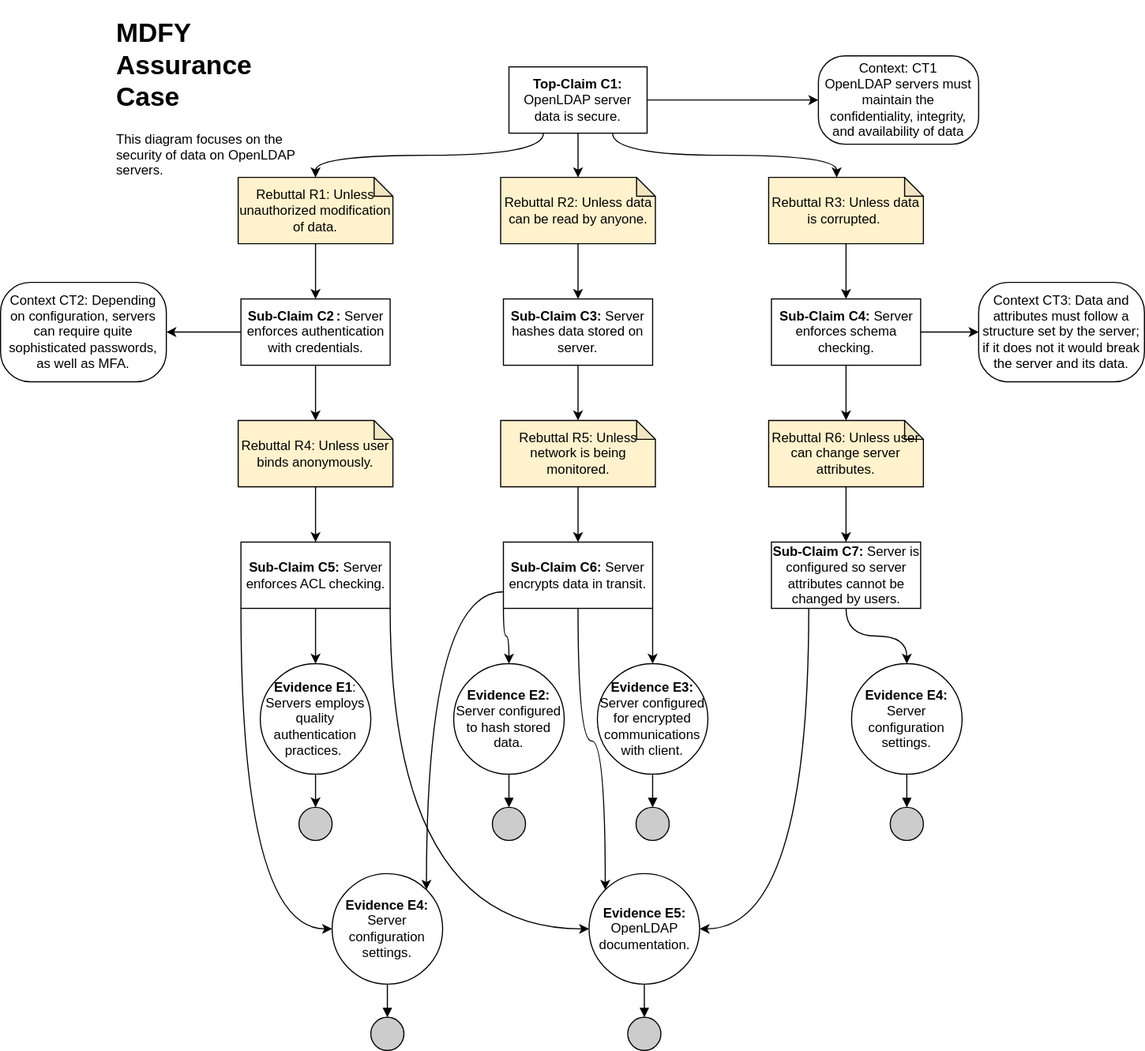
This is images/MDFY_Assurance_Case.drawio.svg from bartelsjoshuac/SAPG, a draw.io export, as it was before one commit. Source tidied: cells renumbered, new cells last; positions are measured from the earlier drawing's top-left corner, leaving out a move shared by most shapes. The source it was exported from:
```xml
<mxGraphModel>
  <root>
    <mxCell id="0" />
    <mxCell id="1" parent="0" />
    <mxCell id="2" value="&lt;h1&gt;MDFY Assurance Case&lt;/h1&gt;&lt;p&gt;This diagram focuses on the security of data on OpenLDAP servers.&lt;/p&gt;" style="text;html=1;strokeColor=none;fillColor=none;spacing=5;spacingTop=-20;whiteSpace=wrap;overflow=hidden;rounded=0;" parent="1" vertex="1">
      <mxGeometry x="100" width="190" height="150" as="geometry" />
    </mxCell>
    <mxCell id="3" style="edgeStyle=orthogonalEdgeStyle;rounded=0;jettySize=auto;html=1;exitX=1;exitY=0.5;exitDx=0;exitDy=0;entryX=0;entryY=0.5;entryDx=0;entryDy=0;" parent="1" edge="1" source="5" target="6">
      <mxGeometry relative="1" as="geometry" />
    </mxCell>
    <mxCell id="4" style="edgeStyle=orthogonalEdgeStyle;rounded=0;jettySize=auto;html=1;exitX=0.25;exitY=1;exitDx=0;exitDy=0;elbow=vertical;curved=1;" parent="1" edge="1" source="5" target="16">
      <mxGeometry relative="1" as="geometry" />
    </mxCell>
    <mxCell id="5" value="&lt;b&gt;Top-Claim C1:&lt;br&gt;&lt;/b&gt;OpenLDAP server data is secure." style="rounded=0;whiteSpace=wrap;html=1;" parent="1" vertex="1">
      <mxGeometry x="460" y="50" width="125" height="60" as="geometry" />
    </mxCell>
    <mxCell id="6" value="Context: CT1&lt;br&gt;OpenLDAP servers must maintain the confidentiality, integrity, and availability of data&lt;br&gt;" style="rounded=1;whiteSpace=wrap;html=1;arcSize=30;" parent="1" vertex="1">
      <mxGeometry x="740" y="40" width="145" height="80" as="geometry" />
    </mxCell>
    <mxCell id="7" style="edgeStyle=orthogonalEdgeStyle;rounded=0;jettySize=auto;html=1;exitX=0.5;exitY=1;exitDx=0;exitDy=0;entryX=0.5;entryY=0;entryDx=0;entryDy=0;" parent="1" edge="1" source="8" target="11">
      <mxGeometry relative="1" as="geometry" />
    </mxCell>
    <mxCell id="8" value="&lt;b&gt;Evidence E1&lt;/b&gt;:&lt;br&gt;Servers employs quality authentication practices.&amp;nbsp;" style="ellipse;whiteSpace=wrap;html=1;fillColor=#ffffff;rounded=0;" parent="1" vertex="1">
      <mxGeometry x="235" y="590" width="100" height="100" as="geometry" />
    </mxCell>
    <mxCell id="9" style="edgeStyle=orthogonalEdgeStyle;curved=1;rounded=0;jettySize=auto;html=1;entryX=0.5;entryY=0;entryDx=0;entryDy=0;endArrow=block;endFill=1;" parent="1" edge="1" source="10" target="12">
      <mxGeometry relative="1" as="geometry" />
    </mxCell>
    <mxCell id="10" value="&lt;b&gt;Evidence E5:&lt;/b&gt;&lt;br&gt;OpenLDAP documentation." style="ellipse;whiteSpace=wrap;html=1;fillColor=#ffffff;rounded=0;" parent="1" vertex="1">
      <mxGeometry x="532.5" y="780" width="100" height="100" as="geometry" />
    </mxCell>
    <mxCell id="11" style="ellipse;whiteSpace=wrap;html=1;fillColor=#CCCCCC;" parent="1" vertex="1">
      <mxGeometry x="270" y="720" width="30" height="30" as="geometry" />
    </mxCell>
    <mxCell id="12" style="ellipse;whiteSpace=wrap;html=1;fillColor=#CCCCCC;" parent="1" vertex="1">
      <mxGeometry x="567.5" y="910" width="30" height="30" as="geometry" />
    </mxCell>
    <mxCell id="13" style="edgeStyle=orthogonalEdgeStyle;rounded=0;jettySize=auto;html=1;exitX=0;exitY=0.5;exitDx=0;exitDy=0;" parent="1" edge="1" source="14" target="59">
      <mxGeometry relative="1" as="geometry" />
    </mxCell>
    <mxCell id="14" value="&lt;b&gt;Sub-Claim C2&lt;span style=&quot;white-space: pre;&quot;&gt;&#9;&lt;/span&gt;: &lt;/b&gt;Server enforces authentication with credentials." style="rounded=0;whiteSpace=wrap;html=1;" parent="1" vertex="1">
      <mxGeometry x="217.5" y="260" width="135" height="60" as="geometry" />
    </mxCell>
    <mxCell id="15" style="edgeStyle=orthogonalEdgeStyle;rounded=0;jettySize=auto;html=1;exitX=0.5;exitY=1;exitDx=0;exitDy=0;exitPerimeter=0;entryX=0.5;entryY=0;entryDx=0;entryDy=0;" parent="1" edge="1" source="16" target="14">
      <mxGeometry relative="1" as="geometry" />
    </mxCell>
    <mxCell id="16" value="Rebuttal R1: Unless unauthorized modification of data." style="shape=note;whiteSpace=wrap;html=1;backgroundOutline=1;darkOpacity=0.05;size=17;fillColor=#FFF2CC;" parent="1" vertex="1">
      <mxGeometry x="215" y="150" width="140" height="60" as="geometry" />
    </mxCell>
    <mxCell id="17" style="edgeStyle=orthogonalEdgeStyle;rounded=0;jettySize=auto;html=1;exitX=0.5;exitY=1;exitDx=0;exitDy=0;exitPerimeter=0;entryX=0.5;entryY=0;entryDx=0;entryDy=0;" parent="1" edge="1" source="18" target="24">
      <mxGeometry relative="1" as="geometry" />
    </mxCell>
    <mxCell id="18" value="Rebuttal R3: Unless data is corrupted.&amp;nbsp;" style="shape=note;whiteSpace=wrap;html=1;backgroundOutline=1;darkOpacity=0.05;size=17;fillColor=#FFF2CC;" parent="1" vertex="1">
      <mxGeometry x="695" y="150" width="140" height="60" as="geometry" />
    </mxCell>
    <mxCell id="19" style="edgeStyle=orthogonalEdgeStyle;rounded=0;jettySize=auto;html=1;exitX=0.5;exitY=1;exitDx=0;exitDy=0;exitPerimeter=0;entryX=0.5;entryY=0;entryDx=0;entryDy=0;" parent="1" edge="1" source="20" target="27">
      <mxGeometry relative="1" as="geometry" />
    </mxCell>
    <mxCell id="20" value="Rebuttal R2: Unless data can be read by anyone." style="shape=note;whiteSpace=wrap;html=1;backgroundOutline=1;darkOpacity=0.05;size=17;fillColor=#FFF2CC;" parent="1" vertex="1">
      <mxGeometry x="452.5" y="150" width="140" height="60" as="geometry" />
    </mxCell>
    <mxCell id="21" style="edgeStyle=orthogonalEdgeStyle;rounded=0;jettySize=auto;html=1;exitX=0.5;exitY=1;exitDx=0;exitDy=0;exitPerimeter=0;entryX=0.5;entryY=0;entryDx=0;entryDy=0;" parent="1" edge="1" source="22" target="32">
      <mxGeometry relative="1" as="geometry" />
    </mxCell>
    <mxCell id="22" value="Rebuttal R5: Unless network is being monitored." style="shape=note;whiteSpace=wrap;html=1;backgroundOutline=1;darkOpacity=0.05;size=17;fillColor=#FFF2CC;" parent="1" vertex="1">
      <mxGeometry x="452.5" y="370" width="140" height="60" as="geometry" />
    </mxCell>
    <mxCell id="23" style="edgeStyle=orthogonalEdgeStyle;rounded=0;jettySize=auto;html=1;exitX=1;exitY=0.5;exitDx=0;exitDy=0;entryX=0;entryY=0.5;entryDx=0;entryDy=0;" parent="1" edge="1" source="24" target="60">
      <mxGeometry relative="1" as="geometry" />
    </mxCell>
    <mxCell id="24" value="&lt;b&gt;Sub-Claim C4: &lt;/b&gt;Server enforces schema checking." style="rounded=0;whiteSpace=wrap;html=1;" parent="1" vertex="1">
      <mxGeometry x="697.5" y="260" width="135" height="60" as="geometry" />
    </mxCell>
    <mxCell id="25" style="edgeStyle=orthogonalEdgeStyle;rounded=0;jettySize=auto;html=1;exitX=0.5;exitY=1;exitDx=0;exitDy=0;exitPerimeter=0;entryX=0.5;entryY=0;entryDx=0;entryDy=0;" parent="1" edge="1" source="26" target="36">
      <mxGeometry relative="1" as="geometry" />
    </mxCell>
    <mxCell id="26" value="Rebuttal R4: Unless user binds anonymously." style="shape=note;whiteSpace=wrap;html=1;backgroundOutline=1;darkOpacity=0.05;size=17;fillColor=#FFF2CC;" parent="1" vertex="1">
      <mxGeometry x="215" y="370" width="140" height="60" as="geometry" />
    </mxCell>
    <mxCell id="27" value="&lt;b&gt;Sub-Claim C3: &lt;/b&gt;Server hashes data stored on server." style="rounded=0;whiteSpace=wrap;html=1;" parent="1" vertex="1">
      <mxGeometry x="455" y="260" width="135" height="60" as="geometry" />
    </mxCell>
    <mxCell id="28" style="edgeStyle=orthogonalEdgeStyle;rounded=0;jettySize=auto;html=1;exitX=0;exitY=1;exitDx=0;exitDy=0;entryX=0.5;entryY=0;entryDx=0;entryDy=0;curved=1;" parent="1" edge="1" source="32" target="45">
      <mxGeometry relative="1" as="geometry" />
    </mxCell>
    <mxCell id="29" style="edgeStyle=orthogonalEdgeStyle;rounded=0;jettySize=auto;html=1;exitX=1;exitY=1;exitDx=0;exitDy=0;entryX=0.5;entryY=0;entryDx=0;entryDy=0;" parent="1" edge="1" source="32" target="48">
      <mxGeometry relative="1" as="geometry" />
    </mxCell>
    <mxCell id="30" style="edgeStyle=orthogonalEdgeStyle;rounded=0;jettySize=auto;html=1;exitX=0.5;exitY=1;exitDx=0;exitDy=0;entryX=0;entryY=0;entryDx=0;entryDy=0;curved=1;" parent="1" edge="1" source="32" target="10">
      <mxGeometry relative="1" as="geometry" />
    </mxCell>
    <mxCell id="31" style="edgeStyle=orthogonalEdgeStyle;rounded=0;jettySize=auto;html=1;exitX=0;exitY=0.75;exitDx=0;exitDy=0;entryX=1;entryY=0;entryDx=0;entryDy=0;curved=1;" parent="1" edge="1" source="32" target="57">
      <mxGeometry relative="1" as="geometry" />
    </mxCell>
    <mxCell id="32" value="&lt;b&gt;Sub-Claim C6: &lt;/b&gt;Server encrypts data in transit." style="rounded=0;whiteSpace=wrap;html=1;" parent="1" vertex="1">
      <mxGeometry x="455" y="480" width="135" height="60" as="geometry" />
    </mxCell>
    <mxCell id="33" style="edgeStyle=orthogonalEdgeStyle;rounded=0;jettySize=auto;html=1;exitX=0.5;exitY=1;exitDx=0;exitDy=0;entryX=0.5;entryY=0;entryDx=0;entryDy=0;" parent="1" edge="1" source="36" target="8">
      <mxGeometry relative="1" as="geometry" />
    </mxCell>
    <mxCell id="34" style="edgeStyle=orthogonalEdgeStyle;rounded=0;jettySize=auto;html=1;exitX=1;exitY=1;exitDx=0;exitDy=0;entryX=0;entryY=0.5;entryDx=0;entryDy=0;curved=1;" parent="1" edge="1" source="36" target="10">
      <mxGeometry relative="1" as="geometry" />
    </mxCell>
    <mxCell id="35" style="edgeStyle=orthogonalEdgeStyle;rounded=0;jettySize=auto;html=1;exitX=0;exitY=1;exitDx=0;exitDy=0;entryX=0;entryY=0.5;entryDx=0;entryDy=0;curved=1;" parent="1" edge="1" source="36" target="57">
      <mxGeometry relative="1" as="geometry" />
    </mxCell>
    <mxCell id="36" value="&lt;b&gt;Sub-Claim C5: &lt;/b&gt;Server enforces ACL checking." style="rounded=0;whiteSpace=wrap;html=1;" parent="1" vertex="1">
      <mxGeometry x="217.5" y="480" width="135" height="60" as="geometry" />
    </mxCell>
    <mxCell id="37" style="edgeStyle=orthogonalEdgeStyle;rounded=0;jettySize=auto;html=1;exitX=0.5;exitY=1;exitDx=0;exitDy=0;entryX=0.5;entryY=0;entryDx=0;entryDy=0;entryPerimeter=0;curved=1;" parent="1" edge="1" source="5" target="20">
      <mxGeometry relative="1" as="geometry" />
    </mxCell>
    <mxCell id="38" style="edgeStyle=orthogonalEdgeStyle;rounded=0;jettySize=auto;html=1;exitX=0.5;exitY=1;exitDx=0;exitDy=0;entryX=0.5;entryY=0;entryDx=0;entryDy=0;entryPerimeter=0;" parent="1" edge="1" source="14" target="26">
      <mxGeometry relative="1" as="geometry" />
    </mxCell>
    <mxCell id="39" style="edgeStyle=orthogonalEdgeStyle;rounded=0;jettySize=auto;html=1;exitX=0.5;exitY=1;exitDx=0;exitDy=0;entryX=0.5;entryY=0;entryDx=0;entryDy=0;entryPerimeter=0;" parent="1" edge="1" source="27" target="22">
      <mxGeometry relative="1" as="geometry" />
    </mxCell>
    <mxCell id="40" style="edgeStyle=orthogonalEdgeStyle;rounded=0;jettySize=auto;html=1;exitX=0.75;exitY=1;exitDx=0;exitDy=0;entryX=0;entryY=0;entryDx=61.5;entryDy=0;entryPerimeter=0;curved=1;" parent="1" edge="1" source="5" target="18">
      <mxGeometry relative="1" as="geometry" />
    </mxCell>
    <mxCell id="41" style="edgeStyle=orthogonalEdgeStyle;curved=1;rounded=0;jettySize=auto;html=1;entryX=0.5;entryY=0;entryDx=0;entryDy=0;endArrow=block;endFill=1;" parent="1" edge="1" source="42" target="43">
      <mxGeometry relative="1" as="geometry" />
    </mxCell>
    <mxCell id="42" value="&lt;b&gt;Evidence E4: &lt;/b&gt;Server configuration settings." style="ellipse;whiteSpace=wrap;html=1;fillColor=#ffffff;rounded=0;" parent="1" vertex="1">
      <mxGeometry x="770" y="590" width="100" height="100" as="geometry" />
    </mxCell>
    <mxCell id="43" style="ellipse;whiteSpace=wrap;html=1;fillColor=#CCCCCC;" parent="1" vertex="1">
      <mxGeometry x="805" y="720" width="30" height="30" as="geometry" />
    </mxCell>
    <mxCell id="44" style="edgeStyle=orthogonalEdgeStyle;curved=1;rounded=0;jettySize=auto;html=1;entryX=0.5;entryY=0;entryDx=0;entryDy=0;endArrow=block;endFill=1;" parent="1" edge="1" source="45" target="46">
      <mxGeometry relative="1" as="geometry" />
    </mxCell>
    <mxCell id="45" value="&lt;b&gt;Evidence E2:&lt;/b&gt;&lt;br&gt;Server configured to hash stored data." style="ellipse;whiteSpace=wrap;html=1;fillColor=#ffffff;rounded=0;" parent="1" vertex="1">
      <mxGeometry x="410" y="590" width="100" height="100" as="geometry" />
    </mxCell>
    <mxCell id="46" style="ellipse;whiteSpace=wrap;html=1;fillColor=#CCCCCC;" parent="1" vertex="1">
      <mxGeometry x="445" y="720" width="30" height="30" as="geometry" />
    </mxCell>
    <mxCell id="47" style="edgeStyle=orthogonalEdgeStyle;curved=1;rounded=0;jettySize=auto;html=1;entryX=0.5;entryY=0;entryDx=0;entryDy=0;endArrow=block;endFill=1;" parent="1" edge="1" source="48" target="49">
      <mxGeometry relative="1" as="geometry" />
    </mxCell>
    <mxCell id="48" value="&lt;b&gt;Evidence E3:&lt;/b&gt;&lt;br&gt;Server configured for encrypted communications with client." style="ellipse;whiteSpace=wrap;html=1;fillColor=#ffffff;rounded=0;" parent="1" vertex="1">
      <mxGeometry x="540" y="590" width="100" height="100" as="geometry" />
    </mxCell>
    <mxCell id="49" style="ellipse;whiteSpace=wrap;html=1;fillColor=#CCCCCC;" parent="1" vertex="1">
      <mxGeometry x="575" y="720" width="30" height="30" as="geometry" />
    </mxCell>
    <mxCell id="50" style="edgeStyle=orthogonalEdgeStyle;rounded=0;jettySize=auto;html=1;exitX=0.5;exitY=1;exitDx=0;exitDy=0;exitPerimeter=0;entryX=0.5;entryY=0;entryDx=0;entryDy=0;" parent="1" edge="1" source="51" target="55">
      <mxGeometry relative="1" as="geometry" />
    </mxCell>
    <mxCell id="51" value="Rebuttal R6: Unless user can change server attributes." style="shape=note;whiteSpace=wrap;html=1;backgroundOutline=1;darkOpacity=0.05;size=17;fillColor=#FFF2CC;" parent="1" vertex="1">
      <mxGeometry x="695" y="370" width="140" height="60" as="geometry" />
    </mxCell>
    <mxCell id="52" style="edgeStyle=orthogonalEdgeStyle;rounded=0;jettySize=auto;html=1;exitX=0.5;exitY=1;exitDx=0;exitDy=0;entryX=0.5;entryY=0;entryDx=0;entryDy=0;entryPerimeter=0;" parent="1" edge="1" source="24" target="51">
      <mxGeometry relative="1" as="geometry" />
    </mxCell>
    <mxCell id="53" style="edgeStyle=orthogonalEdgeStyle;rounded=0;jettySize=auto;html=1;exitX=0.5;exitY=1;exitDx=0;exitDy=0;entryX=0.5;entryY=0;entryDx=0;entryDy=0;curved=1;" parent="1" edge="1" source="55" target="42">
      <mxGeometry relative="1" as="geometry" />
    </mxCell>
    <mxCell id="54" style="edgeStyle=orthogonalEdgeStyle;rounded=0;jettySize=auto;html=1;exitX=0.25;exitY=1;exitDx=0;exitDy=0;entryX=1;entryY=0.5;entryDx=0;entryDy=0;curved=1;" parent="1" edge="1" source="55" target="10">
      <mxGeometry relative="1" as="geometry" />
    </mxCell>
    <mxCell id="55" value="&lt;b&gt;Sub-Claim C7: &lt;/b&gt;Server is configured so server attributes cannot be changed by users." style="rounded=0;whiteSpace=wrap;html=1;" parent="1" vertex="1">
      <mxGeometry x="697.5" y="480" width="135" height="60" as="geometry" />
    </mxCell>
    <mxCell id="56" style="edgeStyle=orthogonalEdgeStyle;curved=1;rounded=0;jettySize=auto;html=1;entryX=0.5;entryY=0;entryDx=0;entryDy=0;endArrow=block;endFill=1;" parent="1" edge="1" source="57" target="58">
      <mxGeometry relative="1" as="geometry" />
    </mxCell>
    <mxCell id="57" value="&lt;b&gt;Evidence E4: &lt;/b&gt;Server configuration settings." style="ellipse;whiteSpace=wrap;html=1;fillColor=#ffffff;rounded=0;" parent="1" vertex="1">
      <mxGeometry x="300" y="780" width="100" height="100" as="geometry" />
    </mxCell>
    <mxCell id="58" style="ellipse;whiteSpace=wrap;html=1;fillColor=#CCCCCC;" parent="1" vertex="1">
      <mxGeometry x="335" y="910" width="30" height="30" as="geometry" />
    </mxCell>
    <mxCell id="59" value="Context CT2: Depending on configuration, servers can require quite sophisticated passwords, as well as MFA." style="rounded=1;whiteSpace=wrap;html=1;arcSize=30;" parent="1" vertex="1">
      <mxGeometry y="245" width="150" height="90" as="geometry" />
    </mxCell>
    <mxCell id="60" value="Context CT3: Data and attributes must follow a structure set by the server; if it does not it would break the server and its data." style="rounded=1;whiteSpace=wrap;html=1;arcSize=30;" parent="1" vertex="1">
      <mxGeometry x="885" y="245" width="150" height="90" as="geometry" />
    </mxCell>
  </root>
</mxGraphModel>
```
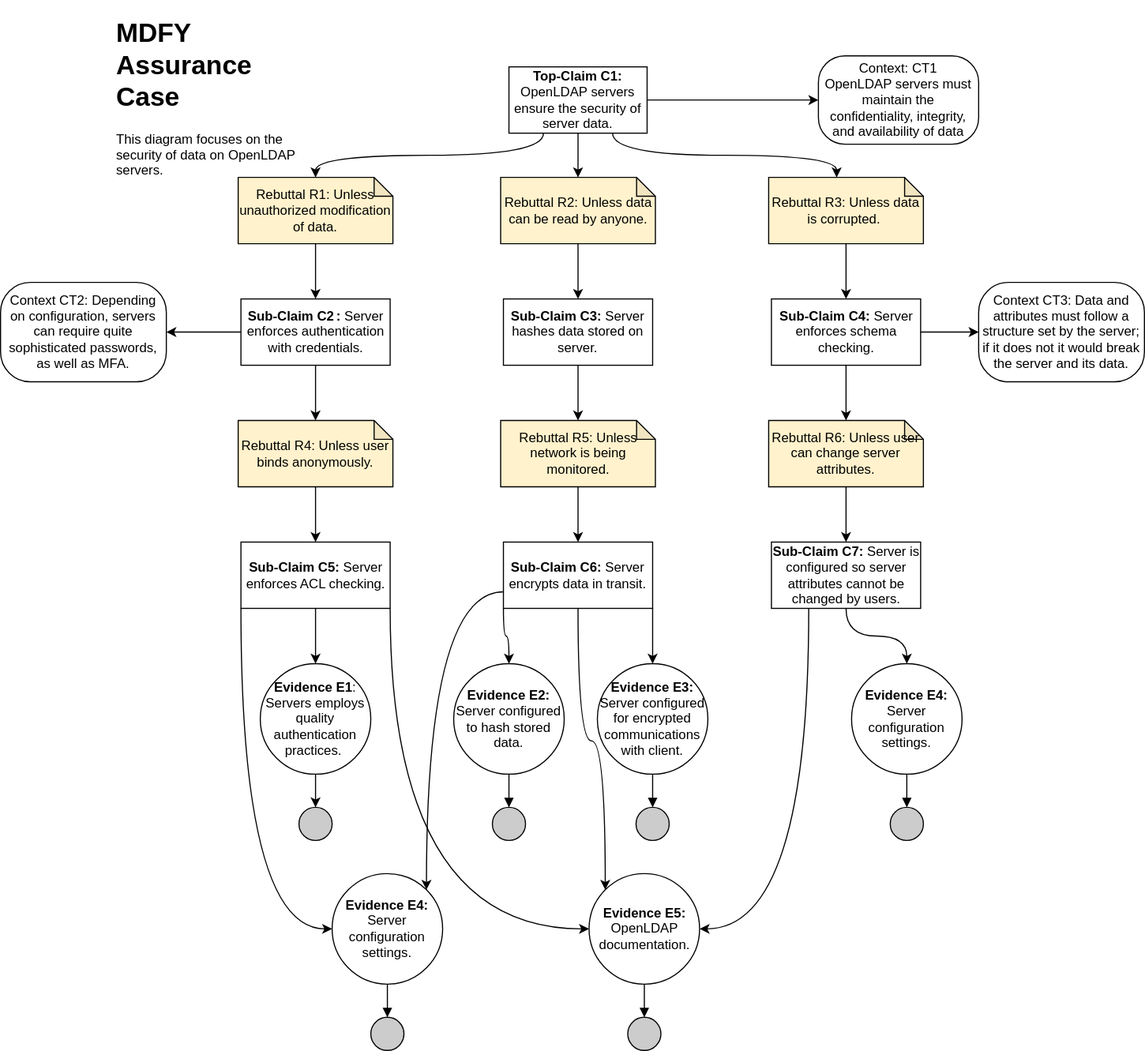
The same diagram one commit later.

What changed in the source:
```diff
@@ -11,7 +11,7 @@
     <mxCell id="4" style="edgeStyle=orthogonalEdgeStyle;rounded=0;jettySize=auto;html=1;exitX=0.25;exitY=1;exitDx=0;exitDy=0;elbow=vertical;curved=1;" parent="1" edge="1" source="5" target="16">
       <mxGeometry relative="1" as="geometry" />
     </mxCell>
-    <mxCell id="5" value="&lt;b&gt;Top-Claim C1:&lt;br&gt;&lt;/b&gt;OpenLDAP server data is secure." style="rounded=0;whiteSpace=wrap;html=1;" parent="1" vertex="1">
+    <mxCell id="5" value="&lt;b&gt;Top-Claim C1:&lt;br&gt;&lt;/b&gt;OpenLDAP servers ensure the security of server data." style="rounded=0;whiteSpace=wrap;html=1;" parent="1" vertex="1">
       <mxGeometry x="460" y="50" width="125" height="60" as="geometry" />
     </mxCell>
     <mxCell id="6" value="Context: CT1&lt;br&gt;OpenLDAP servers must maintain the confidentiality, integrity, and availability of data&lt;br&gt;" style="rounded=1;whiteSpace=wrap;html=1;arcSize=30;" parent="1" vertex="1">
```
